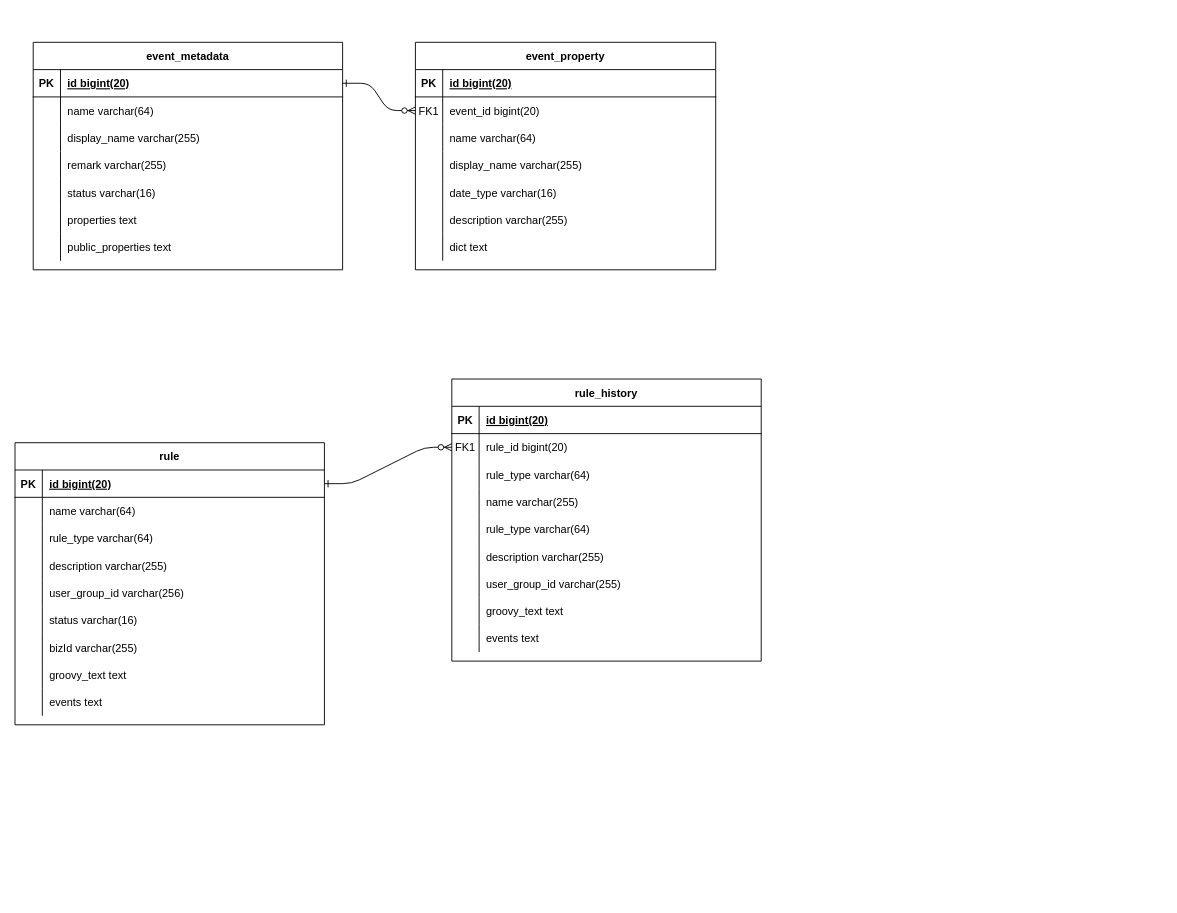
Before: 事件中心/事件中心ER图.drawio in NeverMore93/draw, a draw.io diagram. Source tidied: cells renumbered, new cells numbered last; positions are measured from the earlier drawing's top-left corner, leaving out a move shared by most shapes. Both pictures are drawn from the tidied source at 91%, with x=0, y=0 at pixel (15, 42).
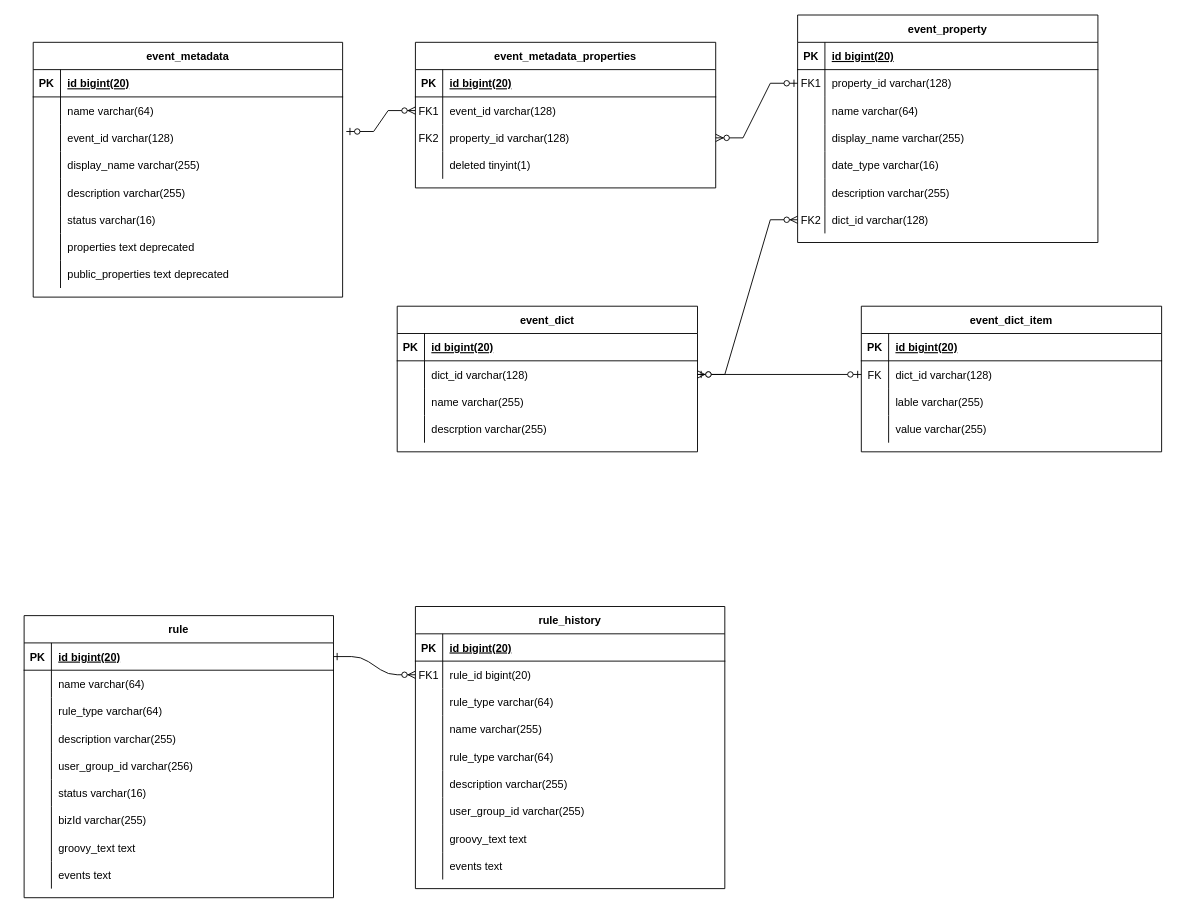
The same page after the edit.

Commit message:
更新事件中心ER图.drawio

Unchanged cells that the change refers to:
```xml
<mxCell id="7" style="shape=partialRectangle;fillColor=none;points=[[0,0.5],[1,0.5]];portConstraint=eastwest;top=0;left=0;right=0;bottom=0;" parent="3" vertex="1">
  <mxGeometry y="60" width="330" height="30" as="geometry" />
</mxCell>
<mxCell id="22" style="shape=partialRectangle;fillColor=none;points=[[0,0.5],[1,0.5]];portConstraint=eastwest;top=0;left=0;right=0;bottom=0;" parent="3" vertex="1">
  <mxGeometry y="210" width="330" height="30" as="geometry" />
</mxCell>
<mxCell id="26" style="shape=partialRectangle;fillColor=none;points=[[0,0.5],[1,0.5]];portConstraint=eastwest;top=0;left=0;right=0;bottom=1;" parent="25" vertex="1">
  <mxGeometry y="30" width="340" height="30" as="geometry" />
</mxCell>
```

Diff of the diagram source:
```diff
@@
-    <mxCell id="2" style="edgeStyle=entityRelationEdgeStyle;endArrow=ERzeroToMany;startArrow=ERone;endFill=1;startFill=0;" parent="1" edge="1" source="26" target="7">
-      <mxGeometry relative="1" as="geometry" />
-    </mxCell>
     <mxCell id="3" value="event_property" style="shape=table;startSize=30;childLayout=tableLayout;rowLines=0;fontStyle=1;align=center;" parent="1" vertex="1">
-      <mxGeometry x="440" width="330" height="250" as="geometry" />
+      <mxGeometry x="860" y="-30" width="330" height="250" as="geometry" />
     </mxCell>
@@
-    <mxCell id="9" value="event_id bigint(20)" style="shape=partialRectangle;overflow=hidden;fillColor=none;top=0;left=0;bottom=0;right=0;align=left;spacingLeft=6;" parent="7" vertex="1">
+    <mxCell id="9" value="property_id varchar(128)" style="shape=partialRectangle;overflow=hidden;fillColor=none;top=0;left=0;bottom=0;right=0;align=left;spacingLeft=6;" parent="7" vertex="1">
       <mxGeometry x="30" width="300" height="30" as="geometry" />
     </mxCell>
@@
-    <mxCell id="23" style="shape=partialRectangle;overflow=hidden;fillColor=none;top=0;left=0;bottom=0;right=0;" parent="22" vertex="1">
+    <mxCell id="23" value="FK2" style="shape=partialRectangle;overflow=hidden;fillColor=none;top=0;left=0;bottom=0;right=0;" parent="22" vertex="1">
       <mxGeometry width="30" height="30" as="geometry" />
     </mxCell>
-    <mxCell id="24" value="dict text" style="shape=partialRectangle;overflow=hidden;fillColor=none;top=0;left=0;bottom=0;right=0;align=left;spacingLeft=6;" parent="22" vertex="1">
+    <mxCell id="24" value="dict_id varchar(128)" style="shape=partialRectangle;overflow=hidden;fillColor=none;top=0;left=0;bottom=0;right=0;align=left;spacingLeft=6;" parent="22" vertex="1">
       <mxGeometry x="30" width="300" height="30" as="geometry" />
     </mxCell>
     <mxCell id="25" value="event_metadata" style="shape=table;startSize=30;childLayout=tableLayout;rowLines=0;fontStyle=1;align=center;" parent="1" vertex="1">
-      <mxGeometry x="20" width="340" height="250" as="geometry" />
+      <mxGeometry x="20" width="340" height="280" as="geometry" />
     </mxCell>
@@
+    <mxCell id="104" style="shape=partialRectangle;fillColor=none;points=[[0,0.5],[1,0.5]];portConstraint=eastwest;top=0;left=0;right=0;bottom=0;" parent="25" vertex="1">
+      <mxGeometry y="90" width="340" height="30" as="geometry" />
+    </mxCell>
+    <mxCell id="105" style="shape=partialRectangle;overflow=hidden;fillColor=none;top=0;left=0;bottom=0;right=0;" parent="104" vertex="1">
+      <mxGeometry width="30" height="30" as="geometry" />
+    </mxCell>
+    <mxCell id="106" value="event_id varchar(128)" style="shape=partialRectangle;overflow=hidden;fillColor=none;top=0;left=0;bottom=0;right=0;align=left;spacingLeft=6;" parent="104" vertex="1">
+      <mxGeometry x="30" width="310" height="30" as="geometry" />
+    </mxCell>
     <mxCell id="32" style="shape=partialRectangle;fillColor=none;top=0;left=0;right=0;bottom=0;" parent="25" vertex="1">
-      <mxGeometry y="90" width="340" height="30" as="geometry" />
+      <mxGeometry y="120" width="340" height="30" as="geometry" />
     </mxCell>
@@
     <mxCell id="35" style="shape=partialRectangle;fillColor=none;top=0;left=0;right=0;bottom=0;" parent="25" vertex="1">
-      <mxGeometry y="120" width="340" height="30" as="geometry" />
+      <mxGeometry y="150" width="340" height="30" as="geometry" />
     </mxCell>
@@
-    <mxCell id="37" value="remark varchar(255)" style="shape=partialRectangle;overflow=hidden;fillColor=none;top=0;left=0;bottom=0;right=0;align=left;spacingLeft=6;" parent="35" vertex="1">
+    <mxCell id="37" value="description varchar(255)" style="shape=partialRectangle;overflow=hidden;fillColor=none;top=0;left=0;bottom=0;right=0;align=left;spacingLeft=6;" parent="35" vertex="1">
       <mxGeometry x="30" width="310" height="30" as="geometry" />
     </mxCell>
     <mxCell id="38" style="shape=partialRectangle;fillColor=none;top=0;left=0;right=0;bottom=0;" parent="25" vertex="1">
-      <mxGeometry y="150" width="340" height="30" as="geometry" />
+      <mxGeometry y="180" width="340" height="30" as="geometry" />
     </mxCell>
@@
     <mxCell id="41" style="shape=partialRectangle;fillColor=none;top=0;left=0;right=0;bottom=0;" parent="25" vertex="1">
-      <mxGeometry y="180" width="340" height="30" as="geometry" />
+      <mxGeometry y="210" width="340" height="30" as="geometry" />
     </mxCell>
@@
-    <mxCell id="43" value="properties text" style="shape=partialRectangle;overflow=hidden;fillColor=none;top=0;left=0;bottom=0;right=0;align=left;spacingLeft=6;" parent="41" vertex="1">
+    <mxCell id="43" value="properties text deprecated" style="shape=partialRectangle;overflow=hidden;fillColor=none;top=0;left=0;bottom=0;right=0;align=left;spacingLeft=6;fontStyle=0;" parent="41" vertex="1">
       <mxGeometry x="30" width="310" height="30" as="geometry" />
     </mxCell>
     <mxCell id="44" style="shape=partialRectangle;fillColor=none;top=0;left=0;right=0;bottom=0;" parent="25" vertex="1">
-      <mxGeometry y="210" width="340" height="30" as="geometry" />
+      <mxGeometry y="240" width="340" height="30" as="geometry" />
     </mxCell>
@@
-    <mxCell id="46" value="public_properties text" style="shape=partialRectangle;overflow=hidden;fillColor=none;top=0;left=0;bottom=0;right=0;align=left;spacingLeft=6;" parent="44" vertex="1">
+    <mxCell id="46" value="public_properties text deprecated" style="shape=partialRectangle;overflow=hidden;fillColor=none;top=0;left=0;bottom=0;right=0;align=left;spacingLeft=6;" parent="44" vertex="1">
       <mxGeometry x="30" width="310" height="30" as="geometry" />
     </mxCell>
     <mxCell id="47" value="rule" style="shape=table;startSize=30;childLayout=tableLayout;rowLines=0;fontStyle=1;align=center;" parent="1" vertex="1">
-      <mxGeometry y="440" width="340" height="310" as="geometry" />
+      <mxGeometry x="10" y="630" width="340" height="310" as="geometry" />
     </mxCell>
@@
     <mxCell id="75" value="rule_history" style="shape=table;startSize=30;childLayout=tableLayout;rowLines=0;fontStyle=1;align=center;" parent="1" vertex="1">
-      <mxGeometry x="480" y="370" width="340" height="310" as="geometry" />
+      <mxGeometry x="440" y="620" width="340" height="310" as="geometry" />
     </mxCell>
@@
+    <mxCell id="107" value="event_metadata_properties" style="shape=table;startSize=30;childLayout=tableLayout;rowLines=0;fontStyle=1;align=center;" parent="1" vertex="1">
+      <mxGeometry x="440" width="330" height="160" as="geometry" />
+    </mxCell>
+    <mxCell id="108" style="shape=partialRectangle;fillColor=none;top=0;left=0;right=0;bottom=1;" parent="107" vertex="1">
+      <mxGeometry y="30" width="330" height="30" as="geometry" />
+    </mxCell>
+    <mxCell id="109" value="PK" style="shape=partialRectangle;overflow=hidden;fillColor=none;top=0;left=0;bottom=0;right=0;fontStyle=1;" parent="108" vertex="1">
+      <mxGeometry width="30" height="30" as="geometry" />
+    </mxCell>
+    <mxCell id="110" value="id bigint(20)" style="shape=partialRectangle;overflow=hidden;fillColor=none;top=0;left=0;bottom=0;right=0;align=left;spacingLeft=6;fontStyle=5;" parent="108" vertex="1">
+      <mxGeometry x="30" width="300" height="30" as="geometry" />
+    </mxCell>
+    <mxCell id="111" style="shape=partialRectangle;fillColor=none;points=[[0,0.5],[1,0.5]];portConstraint=eastwest;top=0;left=0;right=0;bottom=0;" parent="107" vertex="1">
+      <mxGeometry y="60" width="330" height="30" as="geometry" />
+    </mxCell>
+    <mxCell id="112" value="FK1" style="shape=partialRectangle;overflow=hidden;fillColor=none;top=0;left=0;bottom=0;right=0;" parent="111" vertex="1">
+      <mxGeometry width="30" height="30" as="geometry" />
+    </mxCell>
+    <mxCell id="113" value="event_id varchar(128)" style="shape=partialRectangle;overflow=hidden;fillColor=none;top=0;left=0;bottom=0;right=0;align=left;spacingLeft=6;" parent="111" vertex="1">
+      <mxGeometry x="30" width="300" height="30" as="geometry" />
+    </mxCell>
+    <mxCell id="114" style="shape=partialRectangle;fillColor=none;points=[[0,0.5],[1,0.5]];portConstraint=eastwest;top=0;left=0;right=0;bottom=0;" parent="107" vertex="1">
+      <mxGeometry y="90" width="330" height="30" as="geometry" />
+    </mxCell>
+    <mxCell id="115" value="FK2" style="shape=partialRectangle;overflow=hidden;fillColor=none;top=0;left=0;bottom=0;right=0;" parent="114" vertex="1">
+      <mxGeometry width="30" height="30" as="geometry" />
+    </mxCell>
+    <mxCell id="116" value="property_id varchar(128)" style="shape=partialRectangle;overflow=hidden;fillColor=none;top=0;left=0;bottom=0;right=0;align=left;spacingLeft=6;" parent="114" vertex="1">
+      <mxGeometry x="30" width="300" height="30" as="geometry" />
+    </mxCell>
+    <mxCell id="117" style="shape=partialRectangle;fillColor=none;top=0;left=0;right=0;bottom=0;" parent="107" vertex="1">
+      <mxGeometry y="120" width="330" height="30" as="geometry" />
+    </mxCell>
+    <mxCell id="118" style="shape=partialRectangle;overflow=hidden;fillColor=none;top=0;left=0;bottom=0;right=0;" parent="117" vertex="1">
+      <mxGeometry width="30" height="30" as="geometry" />
+    </mxCell>
+    <mxCell id="119" value="deleted tinyint(1)" style="shape=partialRectangle;overflow=hidden;fillColor=none;top=0;left=0;bottom=0;right=0;align=left;spacingLeft=6;" parent="117" vertex="1">
+      <mxGeometry x="30" width="300" height="30" as="geometry" />
+    </mxCell>
+    <mxCell id="120" style="edgeStyle=entityRelationEdgeStyle;fontSize=12;html=1;endArrow=ERzeroToMany;startArrow=ERzeroToOne;rounded=0;exitX=1.012;exitY=0.267;exitDx=0;exitDy=0;exitPerimeter=0;entryX=0;entryY=0.5;entryDx=0;entryDy=0;" parent="1" edge="1" source="104" target="111">
+      <mxGeometry relative="1" as="geometry" />
+    </mxCell>
+    <mxCell id="121" style="edgeStyle=entityRelationEdgeStyle;fontSize=12;html=1;endArrow=ERzeroToMany;startArrow=ERzeroToOne;rounded=0;exitX=0;exitY=0.5;exitDx=0;exitDy=0;entryX=1;entryY=0.5;entryDx=0;entryDy=0;" parent="1" edge="1" source="7" target="114">
+      <mxGeometry relative="1" as="geometry" />
+    </mxCell>
+    <mxCell id="122" value="event_dict" style="shape=table;startSize=30;childLayout=tableLayout;rowLines=0;fontStyle=1;align=center;" parent="1" vertex="1">
+      <mxGeometry x="420" y="290" width="330" height="160" as="geometry" />
+    </mxCell>
+    <mxCell id="123" style="shape=partialRectangle;fillColor=none;top=0;left=0;right=0;bottom=1;" parent="122" vertex="1">
+      <mxGeometry y="30" width="330" height="30" as="geometry" />
+    </mxCell>
+    <mxCell id="124" value="PK" style="shape=partialRectangle;overflow=hidden;fillColor=none;top=0;left=0;bottom=0;right=0;fontStyle=1;" parent="123" vertex="1">
+      <mxGeometry width="30" height="30" as="geometry" />
+    </mxCell>
+    <mxCell id="125" value="id bigint(20)" style="shape=partialRectangle;overflow=hidden;fillColor=none;top=0;left=0;bottom=0;right=0;align=left;spacingLeft=6;fontStyle=5;" parent="123" vertex="1">
+      <mxGeometry x="30" width="300" height="30" as="geometry" />
+    </mxCell>
+    <mxCell id="126" style="shape=partialRectangle;fillColor=none;points=[[0,0.5],[1,0.5]];portConstraint=eastwest;top=0;left=0;right=0;bottom=0;" parent="122" vertex="1">
+      <mxGeometry y="60" width="330" height="30" as="geometry" />
+    </mxCell>
+    <mxCell id="127" style="shape=partialRectangle;overflow=hidden;fillColor=none;top=0;left=0;bottom=0;right=0;" parent="126" vertex="1">
+      <mxGeometry width="30" height="30" as="geometry" />
+    </mxCell>
+    <mxCell id="128" value="dict_id varchar(128)" style="shape=partialRectangle;overflow=hidden;fillColor=none;top=0;left=0;bottom=0;right=0;align=left;spacingLeft=6;" parent="126" vertex="1">
+      <mxGeometry x="30" width="300" height="30" as="geometry" />
+    </mxCell>
+    <mxCell id="129" style="shape=partialRectangle;fillColor=none;top=0;left=0;right=0;bottom=0;" parent="122" vertex="1">
+      <mxGeometry y="90" width="330" height="30" as="geometry" />
+    </mxCell>
+    <mxCell id="130" style="shape=partialRectangle;overflow=hidden;fillColor=none;top=0;left=0;bottom=0;right=0;" parent="129" vertex="1">
+      <mxGeometry width="30" height="30" as="geometry" />
+    </mxCell>
+    <mxCell id="131" value="name varchar(255)" style="shape=partialRectangle;overflow=hidden;fillColor=none;top=0;left=0;bottom=0;right=0;align=left;spacingLeft=6;" parent="129" vertex="1">
+      <mxGeometry x="30" width="300" height="30" as="geometry" />
+    </mxCell>
+    <mxCell id="132" style="shape=partialRectangle;fillColor=none;top=0;left=0;right=0;bottom=0;" parent="122" vertex="1">
+      <mxGeometry y="120" width="330" height="30" as="geometry" />
+    </mxCell>
+    <mxCell id="133" style="shape=partialRectangle;overflow=hidden;fillColor=none;top=0;left=0;bottom=0;right=0;" parent="132" vertex="1">
+      <mxGeometry width="30" height="30" as="geometry" />
+    </mxCell>
+    <mxCell id="134" value="descrption varchar(255)" style="shape=partialRectangle;overflow=hidden;fillColor=none;top=0;left=0;bottom=0;right=0;align=left;spacingLeft=6;" parent="132" vertex="1">
+      <mxGeometry x="30" width="300" height="30" as="geometry" />
+    </mxCell>
+    <mxCell id="135" value="event_dict_item" style="shape=table;startSize=30;childLayout=tableLayout;rowLines=0;fontStyle=1;align=center;" parent="1" vertex="1">
+      <mxGeometry x="930" y="290" width="330" height="160" as="geometry" />
+    </mxCell>
+    <mxCell id="136" style="shape=partialRectangle;fillColor=none;top=0;left=0;right=0;bottom=1;" parent="135" vertex="1">
+      <mxGeometry y="30" width="330" height="30" as="geometry" />
+    </mxCell>
+    <mxCell id="137" value="PK" style="shape=partialRectangle;overflow=hidden;fillColor=none;top=0;left=0;bottom=0;right=0;fontStyle=1;" parent="136" vertex="1">
+      <mxGeometry width="30" height="30" as="geometry" />
+    </mxCell>
+    <mxCell id="138" value="id bigint(20)" style="shape=partialRectangle;overflow=hidden;fillColor=none;top=0;left=0;bottom=0;right=0;align=left;spacingLeft=6;fontStyle=5;" parent="136" vertex="1">
+      <mxGeometry x="30" width="300" height="30" as="geometry" />
+    </mxCell>
+    <mxCell id="139" style="shape=partialRectangle;fillColor=none;points=[[0,0.5],[1,0.5]];portConstraint=eastwest;top=0;left=0;right=0;bottom=0;" parent="135" vertex="1">
+      <mxGeometry y="60" width="330" height="30" as="geometry" />
+    </mxCell>
+    <mxCell id="140" value="FK" style="shape=partialRectangle;overflow=hidden;fillColor=none;top=0;left=0;bottom=0;right=0;" parent="139" vertex="1">
+      <mxGeometry width="30" height="30" as="geometry" />
+    </mxCell>
+    <mxCell id="141" value="dict_id varchar(128)" style="shape=partialRectangle;overflow=hidden;fillColor=none;top=0;left=0;bottom=0;right=0;align=left;spacingLeft=6;" parent="139" vertex="1">
+      <mxGeometry x="30" width="300" height="30" as="geometry" />
+    </mxCell>
+    <mxCell id="142" style="shape=partialRectangle;fillColor=none;top=0;left=0;right=0;bottom=0;" parent="135" vertex="1">
+      <mxGeometry y="90" width="330" height="30" as="geometry" />
+    </mxCell>
+    <mxCell id="143" style="shape=partialRectangle;overflow=hidden;fillColor=none;top=0;left=0;bottom=0;right=0;" parent="142" vertex="1">
+      <mxGeometry width="30" height="30" as="geometry" />
+    </mxCell>
+    <mxCell id="144" value="lable varchar(255)" style="shape=partialRectangle;overflow=hidden;fillColor=none;top=0;left=0;bottom=0;right=0;align=left;spacingLeft=6;" parent="142" vertex="1">
+      <mxGeometry x="30" width="300" height="30" as="geometry" />
+    </mxCell>
+    <mxCell id="145" style="shape=partialRectangle;fillColor=none;top=0;left=0;right=0;bottom=0;" parent="135" vertex="1">
+      <mxGeometry y="120" width="330" height="30" as="geometry" />
+    </mxCell>
+    <mxCell id="146" style="shape=partialRectangle;overflow=hidden;fillColor=none;top=0;left=0;bottom=0;right=0;" parent="145" vertex="1">
+      <mxGeometry width="30" height="30" as="geometry" />
+    </mxCell>
+    <mxCell id="147" value="value varchar(255)" style="shape=partialRectangle;overflow=hidden;fillColor=none;top=0;left=0;bottom=0;right=0;align=left;spacingLeft=6;" parent="145" vertex="1">
+      <mxGeometry x="30" width="300" height="30" as="geometry" />
+    </mxCell>
+    <mxCell id="148" style="edgeStyle=entityRelationEdgeStyle;fontSize=12;html=1;endArrow=ERzeroToMany;startArrow=ERzeroToOne;rounded=0;exitX=0;exitY=0.5;exitDx=0;exitDy=0;entryX=1;entryY=0.5;entryDx=0;entryDy=0;" parent="1" edge="1" source="139" target="126">
+      <mxGeometry relative="1" as="geometry" />
+    </mxCell>
+    <mxCell id="149" style="edgeStyle=entityRelationEdgeStyle;fontSize=12;html=1;endArrow=ERzeroToMany;startArrow=ERzeroToOne;rounded=0;exitX=1;exitY=0.5;exitDx=0;exitDy=0;entryX=0;entryY=0.5;entryDx=0;entryDy=0;" parent="1" edge="1" source="126" target="22">
+      <mxGeometry relative="1" as="geometry" />
+    </mxCell>
```
